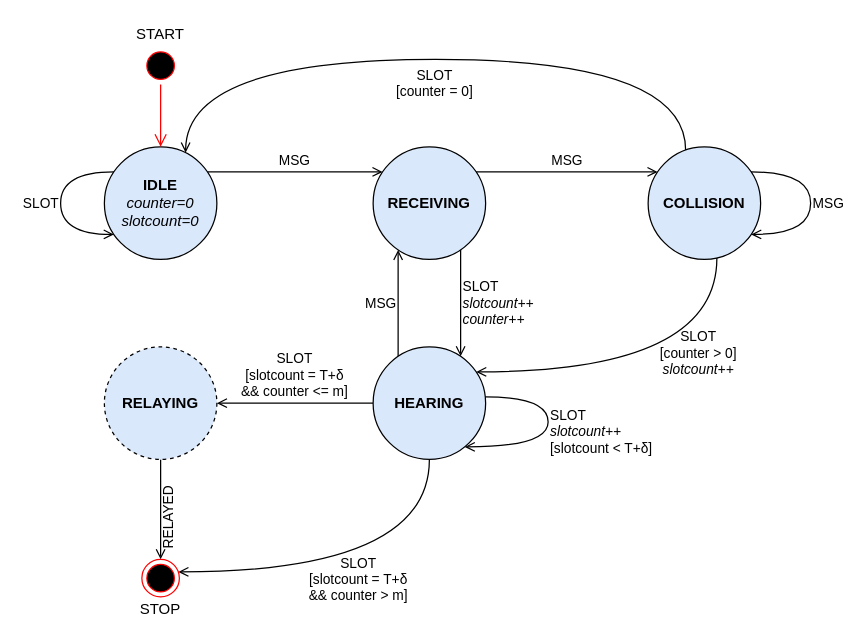
This is doc/img/userfsm.drawio from SpeedJack/pecsn, a draw.io file, before an edit. Source tidied: cells renumbered, new cells numbered last; positions are measured from the earlier drawing's top-left corner, leaving out a move shared by most shapes. Both pictures are drawn from the tidied source at 125%, with x=0, y=0 at pixel (60, 21).
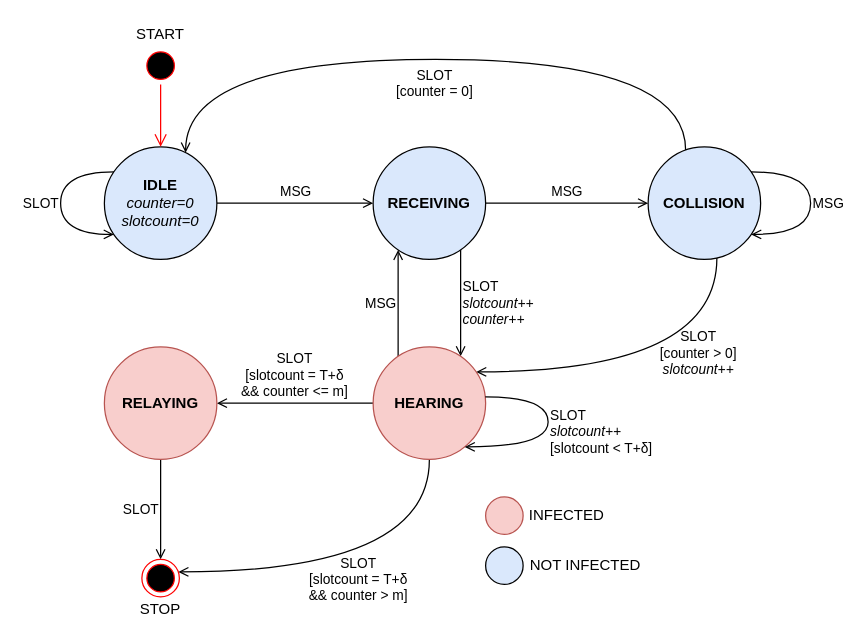
After the change.

Commit message:
Improve User FSM diagram

Unchanged cells that the change refers to:
```xml
<mxCell id="3" value="&lt;b&gt;IDLE&lt;/b&gt;&lt;br&gt;&lt;i&gt;counter=0&lt;br&gt;slotcount=0&lt;/i&gt;" style="ellipse;whiteSpace=wrap;html=1;fillColor=#dae8fc;" parent="1" vertex="1">
  <mxGeometry x="35" y="100" width="90" height="90" as="geometry" />
</mxCell>
<mxCell id="6" value="RECEIVING" style="ellipse;whiteSpace=wrap;html=1;fillColor=#dae8fc;fontStyle=1;" parent="1" vertex="1">
  <mxGeometry x="250" y="100" width="90" height="90" as="geometry" />
</mxCell>
<mxCell id="9" value="COLLISION" style="ellipse;whiteSpace=wrap;html=1;fillColor=#dae8fc;fontStyle=1;" parent="1" vertex="1">
  <mxGeometry x="470" y="100" width="90" height="90" as="geometry" />
</mxCell>
<mxCell id="21" value="ss" style="ellipse;html=1;shape=endState;fillColor=#000000;strokeColor=#ff0000;" parent="20" vertex="1">
  <mxGeometry x="5" width="30" height="30" as="geometry" />
</mxCell>
```

Change to the diagram source:
```diff
@@
     <mxCell id="2" value="MSG" style="edgeStyle=orthogonalEdgeStyle;curved=1;jettySize=auto;html=1;labelBackgroundColor=none;endArrow=open;endFill=0;align=center;labelPosition=center;verticalLabelPosition=top;verticalAlign=bottom;" parent="1" edge="1" source="3" target="6">
       <mxGeometry relative="1" as="geometry">
         <Array as="points">
-          <mxPoint x="200" y="120" />
-          <mxPoint x="200" y="120" />
+          <mxPoint x="190" y="145" />
+          <mxPoint x="190" y="145" />
         </Array>
       </mxGeometry>
     </mxCell>
@@
     <mxCell id="5" value="MSG" style="edgeStyle=orthogonalEdgeStyle;curved=1;jettySize=auto;html=1;labelBackgroundColor=none;endArrow=open;endFill=0;align=center;labelPosition=center;verticalLabelPosition=top;verticalAlign=bottom;" parent="1" edge="1" source="6" target="9">
       <mxGeometry relative="1" as="geometry">
         <Array as="points">
-          <mxPoint x="410" y="120" />
-          <mxPoint x="410" y="120" />
+          <mxPoint x="400" y="145" />
+          <mxPoint x="400" y="145" />
         </Array>
       </mxGeometry>
     </mxCell>
@@
-    <mxCell id="13" value="HEARING" style="ellipse;whiteSpace=wrap;html=1;fillColor=#dae8fc;fontStyle=1;" parent="1" vertex="1">
+    <mxCell id="13" value="HEARING" style="ellipse;whiteSpace=wrap;html=1;fillColor=#f8cecc;fontStyle=1;strokeColor=#b85450;" parent="1" vertex="1">
       <mxGeometry x="250" y="260" width="90" height="90" as="geometry" />
     </mxCell>
-    <mxCell id="14" value="RELAYED" style="edgeStyle=none;rounded=0;jettySize=auto;html=1;endArrow=open;endFill=0;labelPosition=center;verticalLabelPosition=bottom;align=center;verticalAlign=top;horizontal=0;labelBackgroundColor=none;" parent="1" edge="1" source="15" target="21">
+    <mxCell id="14" value="SLOT" style="edgeStyle=none;rounded=0;jettySize=auto;html=1;endArrow=open;endFill=0;labelPosition=left;verticalLabelPosition=middle;align=right;verticalAlign=middle;horizontal=1;labelBackgroundColor=none;" parent="1" edge="1" source="15" target="21">
       <mxGeometry relative="1" as="geometry" />
     </mxCell>
-    <mxCell id="15" value="RELAYING" style="ellipse;whiteSpace=wrap;html=1;fillColor=#dae8fc;fontStyle=1;dashed=1;" parent="1" vertex="1">
+    <mxCell id="15" value="RELAYING" style="ellipse;whiteSpace=wrap;html=1;fillColor=#f8cecc;fontStyle=1;strokeColor=#b85450;" parent="1" vertex="1">
       <mxGeometry x="35" y="260" width="90" height="90" as="geometry" />
     </mxCell>
@@
+    <mxCell id="26" style="group;" parent="1" vertex="1">
+      <mxGeometry x="340" y="380" width="100" height="30" as="geometry" />
+    </mxCell>
+    <mxCell id="27" style="ellipse;whiteSpace=wrap;html=1;fillColor=#f8cecc;fontStyle=1;strokeColor=#b85450;" parent="26" vertex="1">
+      <mxGeometry width="30" height="30" as="geometry" />
+    </mxCell>
+    <mxCell id="28" value="INFECTED" style="text;html=1;strokeColor=none;fillColor=none;align=center;verticalAlign=middle;whiteSpace=wrap;rounded=0;" parent="26" vertex="1">
+      <mxGeometry x="30" y="5" width="70" height="20" as="geometry" />
+    </mxCell>
+    <mxCell id="29" style="group;" parent="1" vertex="1">
+      <mxGeometry x="340" y="420" width="130" height="30" as="geometry" />
+    </mxCell>
+    <mxCell id="30" style="ellipse;whiteSpace=wrap;html=1;fillColor=#dae8fc;fontStyle=1;" parent="29" vertex="1">
+      <mxGeometry width="30" height="30" as="geometry" />
+    </mxCell>
+    <mxCell id="31" value="NOT INFECTED" style="text;html=1;strokeColor=none;fillColor=none;align=center;verticalAlign=middle;whiteSpace=wrap;rounded=0;" parent="29" vertex="1">
+      <mxGeometry x="30" y="5" width="100" height="20" as="geometry" />
+    </mxCell>
```
